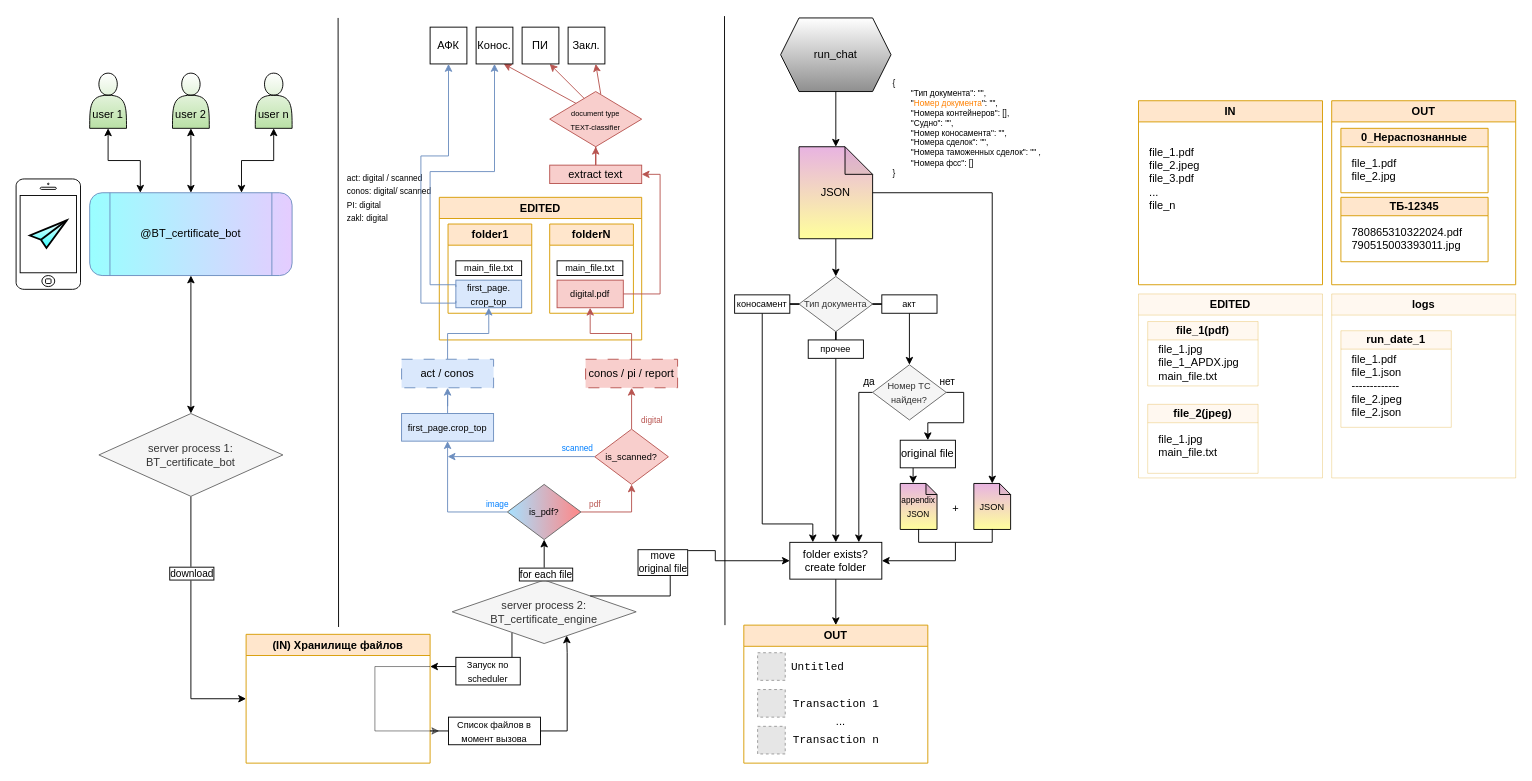
This is SCHEMAS/certificate_bot.drawio from maxfil333/shared, a draw.io file, before an edit. Source tidied: cells renumbered, new cells numbered last; positions are measured from the earlier drawing's top-left corner, leaving out a move shared by most shapes. Both pictures are drawn from the tidied source at 92%, with x=0, y=0 at pixel (16, 16). Pictures stored in the file or linked from it are replaced by grey dashed boxes.
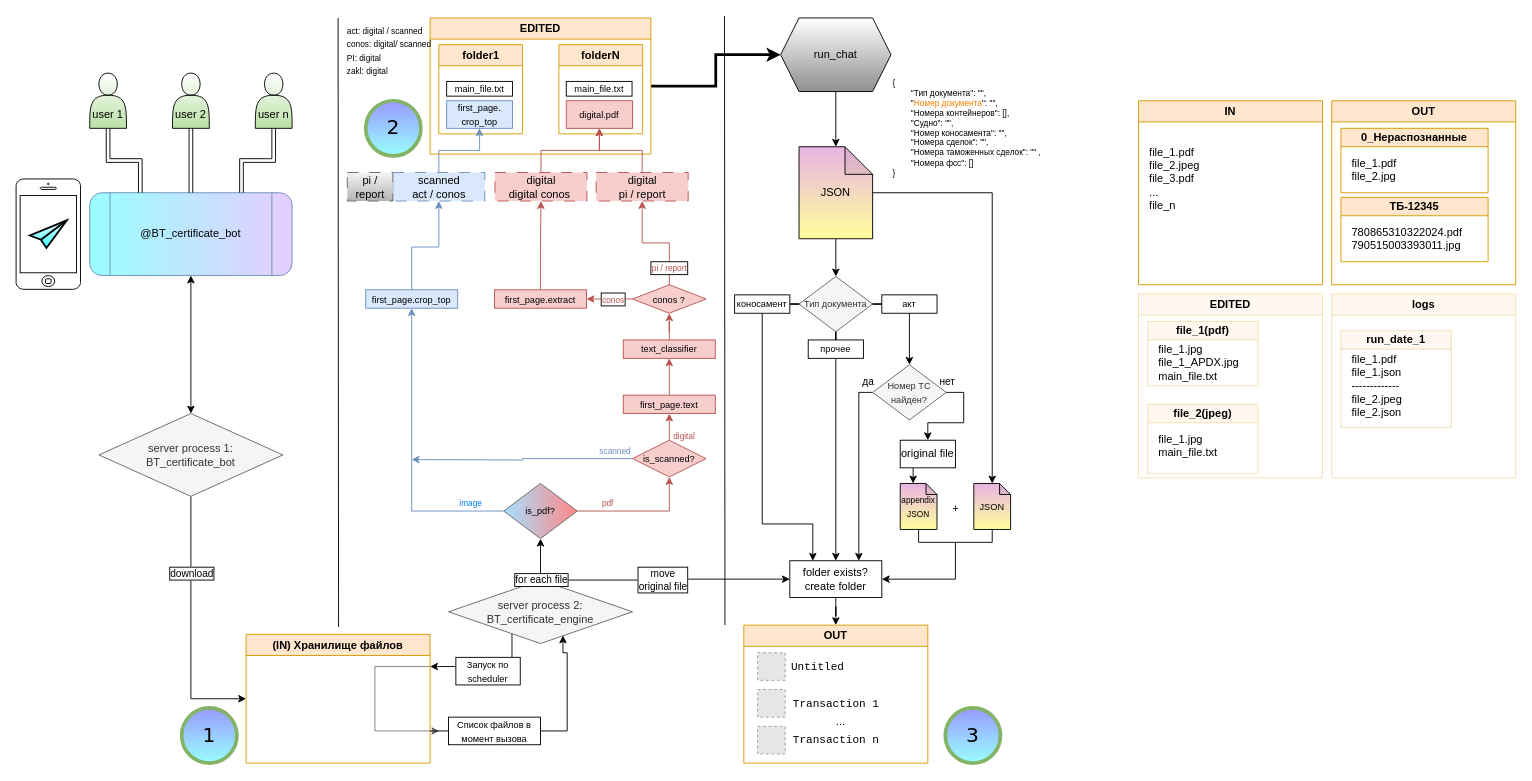
Above is the later version.

The change refers to these unchanged cells:
```xml
<mxCell id="9" value="&lt;div&gt;&lt;span style=&quot;background-color: initial;&quot;&gt;@BT_certificate_bot&lt;/span&gt;&lt;br&gt;&lt;/div&gt;" style="shape=process;whiteSpace=wrap;html=1;backgroundOutline=1;fillColor=#E5CCFF;strokeColor=#6c8ebf;gradientColor=#99FFFF;gradientDirection=west;rounded=1;" parent="1" vertex="1">
  <mxGeometry x="80" y="192" width="220" height="90" as="geometry" />
</mxCell>
<mxCell id="14" value="&lt;div&gt;&lt;br&gt;&lt;/div&gt;&lt;div&gt;&lt;br&gt;&lt;/div&gt;&lt;div&gt;user 2&lt;/div&gt;" style="shape=actor;whiteSpace=wrap;html=1;gradientColor=#B9E0A5;" parent="1" vertex="1">
  <mxGeometry x="170" y="62" width="40" height="60" as="geometry" />
</mxCell>
<mxCell id="16" value="&lt;div&gt;&lt;br&gt;&lt;/div&gt;&lt;div&gt;&lt;br&gt;&lt;/div&gt;&lt;div&gt;user n&lt;/div&gt;" style="shape=actor;whiteSpace=wrap;html=1;gradientColor=#B9E0A5;" parent="1" vertex="1">
  <mxGeometry x="260" y="62" width="40" height="60" as="geometry" />
</mxCell>
<mxCell id="18" value="&lt;div&gt;&lt;br&gt;&lt;/div&gt;&lt;div&gt;&lt;br&gt;&lt;/div&gt;&lt;div&gt;user 1&lt;/div&gt;" style="shape=actor;whiteSpace=wrap;html=1;gradientColor=#B9E0A5;" parent="1" vertex="1">
  <mxGeometry x="80" y="62" width="40" height="60" as="geometry" />
</mxCell>
<mxCell id="24" value="run_chat" style="shape=hexagon;perimeter=hexagonPerimeter2;whiteSpace=wrap;html=1;fixedSize=1;gradientColor=#8F8F8F;" parent="1" vertex="1">
  <mxGeometry x="831" y="2" width="120" height="80" as="geometry" />
</mxCell>
<mxCell id="68" value="&lt;div&gt;&lt;span style=&quot;font-size: 10px;&quot;&gt;first_page.&lt;/span&gt;&lt;/div&gt;&lt;div&gt;&lt;span style=&quot;font-size: 10px;&quot;&gt;crop_top&lt;/span&gt;&lt;br&gt;&lt;/div&gt;" style="rounded=0;whiteSpace=wrap;html=1;fillColor=#dae8fc;strokeColor=#6c8ebf;" parent="67" vertex="1">
  <mxGeometry x="8.5" y="61" width="71.5" height="30" as="geometry" />
</mxCell>
<mxCell id="71" value="&lt;font style=&quot;font-size: 10px;&quot;&gt;digital.pdf&lt;/font&gt;" style="rounded=0;whiteSpace=wrap;html=1;fillColor=#f8cecc;strokeColor=#b85450;" parent="70" vertex="1">
  <mxGeometry x="8" y="61" width="72" height="30" as="geometry" />
</mxCell>
<mxCell id="106" style="shape=partialRectangle;whiteSpace=wrap;html=1;bottom=1;right=1;left=1;top=0;fillColor=none;routingCenterX=-0.5;" parent="1" vertex="1">
  <mxGeometry x="981" y="558" width="80" height="14" as="geometry" />
</mxCell>
```

Diff of the diagram source:
```diff
@@
     <mxCell id="4" value="&lt;div&gt;server process 2:&lt;/div&gt;BT_certificate_engine" style="rhombus;whiteSpace=wrap;html=1;fillColor=#f5f5f5;fontColor=#333333;strokeColor=#666666;" parent="1" vertex="1">
-      <mxGeometry x="474" y="613" width="200" height="69" as="geometry" />
+      <mxGeometry x="470" y="613" width="200" height="69" as="geometry" />
     </mxCell>
@@
-    <mxCell id="13" style="edgeStyle=orthogonalEdgeStyle;rounded=0;jettySize=auto;html=1;entryX=0.5;entryY=0;entryDx=0;entryDy=0;startArrow=classic;startFill=1;flowAnimation=0;" parent="1" edge="1" source="14" target="9">
+    <mxCell id="13" style="edgeStyle=orthogonalEdgeStyle;rounded=0;jettySize=auto;html=1;entryX=0.5;entryY=0;entryDx=0;entryDy=0;startArrow=classic;startFill=1;flowAnimation=1;shape=link;" parent="1" edge="1" source="14" target="9">
       <mxGeometry relative="1" as="geometry" />
     </mxCell>
@@
-    <mxCell id="15" style="edgeStyle=orthogonalEdgeStyle;rounded=0;jettySize=auto;html=1;entryX=0.75;entryY=0;entryDx=0;entryDy=0;startArrow=classic;startFill=1;flowAnimation=0;" parent="1" edge="1" source="16" target="9">
+    <mxCell id="15" style="edgeStyle=orthogonalEdgeStyle;rounded=0;jettySize=auto;html=1;entryX=0.75;entryY=0;entryDx=0;entryDy=0;startArrow=classic;startFill=1;flowAnimation=1;shape=link;" parent="1" edge="1" source="16" target="9">
       <mxGeometry relative="1" as="geometry" />
     </mxCell>
@@
-    <mxCell id="17" style="edgeStyle=orthogonalEdgeStyle;rounded=0;jettySize=auto;html=1;entryX=0.25;entryY=0;entryDx=0;entryDy=0;startArrow=classic;startFill=1;flowAnimation=0;" parent="1" edge="1" source="18" target="9">
+    <mxCell id="17" style="edgeStyle=orthogonalEdgeStyle;rounded=0;jettySize=auto;html=1;entryX=0.25;entryY=0;entryDx=0;entryDy=0;startArrow=classic;startFill=1;flowAnimation=1;shape=link;" parent="1" edge="1" source="18" target="9">
       <mxGeometry relative="1" as="geometry" />
     </mxCell>
@@
-    <mxCell id="20" style="edgeStyle=orthogonalEdgeStyle;rounded=0;jettySize=auto;html=1;flowAnimation=1;entryX=0;entryY=0.5;entryDx=0;entryDy=0;exitX=1;exitY=0;exitDx=0;exitDy=0;" parent="1" edge="1" source="4" target="31">
+    <mxCell id="20" style="edgeStyle=orthogonalEdgeStyle;rounded=0;jettySize=auto;html=1;flowAnimation=1;entryX=0;entryY=0.5;entryDx=0;entryDy=0;exitX=0.5;exitY=0;exitDx=0;exitDy=0;" parent="1" edge="1" source="4" target="31">
       <mxGeometry relative="1" as="geometry">
         <Array as="points">
-          <mxPoint x="711" y="581" />
-          <mxPoint x="760" y="581" />
-          <mxPoint x="760" y="592" />
+          <mxPoint x="711" y="612" />
+          <mxPoint x="841" y="613" />
         </Array>
       </mxGeometry>
     </mxCell>
     <mxCell id="21" value="&lt;div&gt;move&lt;/div&gt;original file" style="edgeLabel;html=1;align=center;verticalAlign=middle;labelBorderColor=default;" parent="20" vertex="1">
       <mxGeometry x="-0.17" relative="1" as="geometry">
-        <mxPoint x="-9" y="-9" as="offset" />
+        <mxPoint x="19" y="-1" as="offset" />
       </mxGeometry>
     </mxCell>
     <mxCell id="22" style="edgeStyle=orthogonalEdgeStyle;rounded=0;jettySize=auto;html=1;entryX=0.5;entryY=1;entryDx=0;entryDy=0;fillColor=#dae8fc;strokeColor=#6c8ebf;flowAnimation=1;" parent="1" edge="1" source="23" target="83">
-      <mxGeometry relative="1" as="geometry" />
+      <mxGeometry relative="1" as="geometry">
+        <Array as="points">
+          <mxPoint x="430" y="251" />
+          <mxPoint x="460" y="251" />
+        </Array>
+      </mxGeometry>
     </mxCell>
     <mxCell id="23" value="&lt;font style=&quot;font-size: 10px;&quot;&gt;first_page.crop_top&lt;/font&gt;" style="rounded=0;whiteSpace=wrap;html=1;fillColor=#dae8fc;strokeColor=#6c8ebf;" parent="1" vertex="1">
-      <mxGeometry x="419" y="432" width="100" height="30" as="geometry" />
+      <mxGeometry x="380" y="297.5" width="100" height="20" as="geometry" />
     </mxCell>
@@
-    <mxCell id="30" style="edgeStyle=orthogonalEdgeStyle;rounded=0;jettySize=auto;html=1;exitX=0.5;exitY=1;exitDx=0;exitDy=0;flowAnimation=1;" parent="1" edge="1" source="106" target="31">
+    <mxCell id="30" style="edgeStyle=orthogonalEdgeStyle;rounded=0;jettySize=auto;html=1;exitX=0.5;exitY=1;exitDx=0;exitDy=0;flowAnimation=1;entryX=1;entryY=0.5;entryDx=0;entryDy=0;" parent="1" edge="1" source="106" target="31">
       <mxGeometry relative="1" as="geometry" />
     </mxCell>
     <mxCell id="31" value="folder exists?&lt;div&gt;create folder&lt;/div&gt;" style="rounded=0;whiteSpace=wrap;html=1;" parent="1" vertex="1">
-      <mxGeometry x="841" y="572" width="100" height="40" as="geometry" />
+      <mxGeometry x="841" y="592" width="100" height="40" as="geometry" />
     </mxCell>
@@
-    <mxCell id="56" style="edgeStyle=orthogonalEdgeStyle;rounded=0;orthogonalLoop=1;jettySize=auto;html=1;flowAnimation=1;fontColor=#3399FF;fillColor=#dae8fc;strokeColor=#6c8ebf;" parent="1" edge="1">
+    <mxCell id="56" style="edgeStyle=orthogonalEdgeStyle;rounded=0;jettySize=auto;html=1;flowAnimation=1;fontColor=#3399FF;fillColor=#dae8fc;strokeColor=#6c8ebf;exitX=0;exitY=0.5;exitDx=0;exitDy=0;" parent="1" edge="1" source="60">
       <mxGeometry relative="1" as="geometry">
-        <mxPoint x="629" y="478.8" as="sourcePoint" />
-        <mxPoint x="469" y="478.8" as="targetPoint" />
+        <mxPoint x="430" y="482" as="targetPoint" />
       </mxGeometry>
     </mxCell>
-    <mxCell id="57" value="&lt;font style=&quot;font-size: 9px;&quot;&gt;scanned&lt;/font&gt;" style="edgeLabel;html=1;align=center;verticalAlign=middle;fontColor=#007FFF;" parent="56" vertex="1">
+    <mxCell id="57" value="&lt;font style=&quot;font-size: 9px;&quot;&gt;scanned&lt;/font&gt;" style="edgeLabel;html=1;align=center;verticalAlign=middle;fontColor=#6C8EBF;" parent="56" vertex="1">
       <mxGeometry x="-0.29" relative="1" as="geometry">
-        <mxPoint x="37" y="-10" as="offset" />
+        <mxPoint x="66" y="-10" as="offset" />
       </mxGeometry>
     </mxCell>
-    <mxCell id="58" style="edgeStyle=orthogonalEdgeStyle;rounded=0;jettySize=auto;html=1;flowAnimation=1;exitX=0.5;exitY=0;exitDx=0;exitDy=0;fillColor=#f8cecc;strokeColor=#b85450;entryX=0.5;entryY=1;entryDx=0;entryDy=0;" parent="1" edge="1" source="60" target="81">
+    <mxCell id="58" style="edgeStyle=orthogonalEdgeStyle;rounded=0;jettySize=auto;html=1;flowAnimation=1;exitX=0.5;exitY=0;exitDx=0;exitDy=0;fillColor=#f8cecc;strokeColor=#b85450;entryX=0.5;entryY=1;entryDx=0;entryDy=0;" parent="1" edge="1" source="60" target="121">
       <mxGeometry relative="1" as="geometry" />
     </mxCell>
     <mxCell id="59" value="&lt;font style=&quot;font-size: 9px;&quot;&gt;digital&lt;/font&gt;" style="edgeLabel;html=1;align=center;verticalAlign=middle;fontColor=#B85450;" parent="58" vertex="1">
       <mxGeometry x="-0.6" y="-2" relative="1" as="geometry">
-        <mxPoint x="19" y="-2" as="offset" />
+        <mxPoint x="13" as="offset" />
       </mxGeometry>
     </mxCell>
     <mxCell id="60" value="&lt;font style=&quot;font-size: 10px;&quot;&gt;is_scanned?&lt;/font&gt;" style="rhombus;whiteSpace=wrap;html=1;fillColor=#f8cecc;strokeColor=#b85450;" parent="1" vertex="1">
-      <mxGeometry x="629" y="449" width="80" height="60" as="geometry" />
+      <mxGeometry x="670" y="461" width="80" height="40" as="geometry" />
     </mxCell>
@@
     <mxCell id="65" value="&lt;font style=&quot;font-size: 10px;&quot;&gt;is_pdf?&lt;/font&gt;" style="rhombus;whiteSpace=wrap;html=1;gradientColor=#FF8787;gradientDirection=east;fillColor=#A6E1FF;strokeWidth=1;strokeColor=#666666;" parent="1" vertex="1">
-      <mxGeometry x="534" y="509" width="80" height="60" as="geometry" />
+      <mxGeometry x="530" y="508" width="80" height="60" as="geometry" />
     </mxCell>
+    <mxCell id="119" style="edgeStyle=orthogonalEdgeStyle;rounded=0;jettySize=auto;html=1;entryX=0;entryY=0.5;entryDx=0;entryDy=0;flowAnimation=1;strokeWidth=3;" parent="1" edge="1" source="66" target="24">
+      <mxGeometry relative="1" as="geometry" />
+    </mxCell>
     <mxCell id="66" value="EDITED" style="swimlane;whiteSpace=wrap;html=1;fillColor=#ffe6cc;strokeColor=#d79b00;" parent="1" vertex="1">
-      <mxGeometry x="460" y="197" width="220" height="155" as="geometry" />
+      <mxGeometry x="450" y="2" width="240" height="148" as="geometry" />
     </mxCell>
@@
     <mxCell id="70" value="folderN" style="swimlane;whiteSpace=wrap;html=1;fillColor=#ffe6cc;strokeColor=#d79b00;" parent="66" vertex="1">
-      <mxGeometry x="120" y="29" width="91" height="97" as="geometry" />
+      <mxGeometry x="140" y="29" width="91" height="97" as="geometry" />
     </mxCell>
@@
-    <mxCell id="73" style="rounded=0;jettySize=auto;html=1;entryX=0.75;entryY=1;entryDx=0;entryDy=0;flowAnimation=1;fillColor=#f8cecc;strokeColor=#b85450;" parent="1" edge="1" target="87">
-      <mxGeometry relative="1" as="geometry">
-        <mxPoint x="635.5" y="84.7" as="sourcePoint" />
-      </mxGeometry>
-    </mxCell>
-    <mxCell id="74" style="rounded=0;jettySize=auto;html=1;entryX=0.75;entryY=1;entryDx=0;entryDy=0;flowAnimation=1;fillColor=#f8cecc;strokeColor=#b85450;" parent="1" edge="1" target="86">
-      <mxGeometry relative="1" as="geometry">
-        <mxPoint x="621.2" y="93.2" as="sourcePoint" />
-      </mxGeometry>
-    </mxCell>
-    <mxCell id="75" style="rounded=0;jettySize=auto;html=1;entryX=0.75;entryY=1;entryDx=0;entryDy=0;flowAnimation=1;fillColor=#f8cecc;strokeColor=#b85450;" parent="1" edge="1" target="85">
-      <mxGeometry relative="1" as="geometry">
-        <mxPoint x="613.8" y="97.7" as="sourcePoint" />
-      </mxGeometry>
-    </mxCell>
-    <mxCell id="76" value="&lt;span style=&quot;font-size: 8px;&quot;&gt;document type&lt;/span&gt;&lt;div&gt;&lt;span style=&quot;font-size: 8px;&quot;&gt;TEXT-classifier&lt;/span&gt;&lt;/div&gt;" style="rhombus;whiteSpace=wrap;html=1;fillColor=#f8cecc;strokeColor=#b85450;" parent="1" vertex="1">
-      <mxGeometry x="580" y="82" width="100" height="60" as="geometry" />
-    </mxCell>
     <mxCell id="77" value="&lt;font style=&quot;font-size: 9px;&quot;&gt;act: digital / scanned&lt;/font&gt;&lt;div&gt;&lt;font style=&quot;font-size: 9px;&quot;&gt;conos: digital/ scanned&lt;/font&gt;&lt;/div&gt;&lt;div style=&quot;&quot;&gt;&lt;font style=&quot;font-size: 9px;&quot;&gt;PI: digital&lt;/font&gt;&lt;/div&gt;&lt;div&gt;&lt;font style=&quot;font-size: 9px;&quot;&gt;zakl: digital&lt;/font&gt;&lt;/div&gt;" style="text;html=1;align=left;verticalAlign=middle;strokeColor=none;fillColor=none;" parent="1" vertex="1">
-      <mxGeometry x="358" y="162" width="120" height="70" as="geometry" />
+      <mxGeometry x="358" y="2" width="120" height="70" as="geometry" />
     </mxCell>
@@
-    <mxCell id="81" value="conos / pi / report" style="rounded=0;whiteSpace=wrap;html=1;fillColor=#f8cecc;strokeColor=#b85450;dashed=1;dashPattern=12 12;" parent="1" vertex="1">
-      <mxGeometry x="619" y="373" width="100" height="31" as="geometry" />
+    <mxCell id="81" value="&lt;div&gt;digital&lt;/div&gt;digital conos&amp;nbsp;" style="rounded=0;whiteSpace=wrap;html=1;fillColor=#f8cecc;strokeColor=#b85450;dashed=1;dashPattern=12 12;" parent="1" vertex="1">
+      <mxGeometry x="520.5" y="170" width="100" height="31" as="geometry" />
     </mxCell>
@@
-    <mxCell id="83" value="act / conos" style="rounded=0;whiteSpace=wrap;html=1;fillColor=#dae8fc;strokeColor=#6c8ebf;fillStyle=auto;glass=0;dashed=1;dashPattern=12 12;" parent="1" vertex="1">
-      <mxGeometry x="419" y="373" width="100" height="31" as="geometry" />
+    <mxCell id="83" value="&lt;div&gt;scanned&lt;/div&gt;act / conos" style="rounded=0;whiteSpace=wrap;html=1;fillColor=#dae8fc;strokeColor=#6c8ebf;fillStyle=auto;glass=0;dashed=1;dashPattern=12 12;" parent="1" vertex="1">
+      <mxGeometry x="409.5" y="170" width="100" height="31" as="geometry" />
     </mxCell>
-    <mxCell id="84" value="АФК" style="whiteSpace=wrap;html=1;" parent="1" vertex="1">
-      <mxGeometry x="450" y="12" width="40" height="40" as="geometry" />
-    </mxCell>
-    <mxCell id="85" value="Конос." style="whiteSpace=wrap;html=1;" parent="1" vertex="1">
-      <mxGeometry x="500" y="12" width="40" height="40" as="geometry" />
-    </mxCell>
-    <mxCell id="86" value="ПИ" style="whiteSpace=wrap;html=1;" parent="1" vertex="1">
-      <mxGeometry x="550" y="12" width="40" height="40" as="geometry" />
-    </mxCell>
-    <mxCell id="87" value="Закл." style="whiteSpace=wrap;html=1;" parent="1" vertex="1">
-      <mxGeometry x="600" y="12" width="40" height="40" as="geometry" />
-    </mxCell>
@@
     <mxCell id="111" value="for each file&lt;div&gt;&lt;/div&gt;" style="edgeLabel;html=1;align=center;verticalAlign=middle;labelBorderColor=default;" parent="1" vertex="1">
-      <mxGeometry x="575" y="606" as="geometry" />
+      <mxGeometry x="570" y="612" as="geometry" />
     </mxCell>
-    <mxCell id="112" style="edgeStyle=orthogonalEdgeStyle;rounded=0;jettySize=auto;html=1;entryX=0.5;entryY=1;entryDx=0;entryDy=0;fillColor=#f8cecc;strokeColor=#b85450;" parent="1" edge="1" source="113" target="76">
-      <mxGeometry relative="1" as="geometry" />
-    </mxCell>
-    <mxCell id="113" value="extract&amp;nbsp;&lt;span style=&quot;background-color: initial;&quot;&gt;text&lt;/span&gt;" style="rounded=0;whiteSpace=wrap;html=1;fillColor=#f8cecc;strokeColor=#b85450;" parent="1" vertex="1">
-      <mxGeometry x="580" y="162" width="100" height="20" as="geometry" />
-    </mxCell>
@@
-    <mxCell id="116" style="edgeStyle=orthogonalEdgeStyle;rounded=0;jettySize=auto;html=1;entryX=1;entryY=0.5;entryDx=0;entryDy=0;flowAnimation=1;fillColor=#f8cecc;strokeColor=#b85450;" parent="1" edge="1" source="71" target="113">
-      <mxGeometry relative="1" as="geometry">
-        <Array as="points">
-          <mxPoint x="700" y="302" />
-          <mxPoint x="700" y="172" />
-        </Array>
-      </mxGeometry>
-    </mxCell>
-    <mxCell id="117" style="edgeStyle=orthogonalEdgeStyle;rounded=0;jettySize=auto;html=1;entryX=0.5;entryY=1;entryDx=0;entryDy=0;fillColor=#dae8fc;strokeColor=#6c8ebf;flowAnimation=1;exitX=0;exitY=0.25;exitDx=0;exitDy=0;" parent="1" edge="1" source="68" target="85">
-      <mxGeometry relative="1" as="geometry">
-        <Array as="points">
-          <mxPoint x="478" y="292" />
-          <mxPoint x="450" y="292" />
-          <mxPoint x="450" y="169" />
-          <mxPoint x="520" y="169" />
-        </Array>
-      </mxGeometry>
-    </mxCell>
-    <mxCell id="118" style="edgeStyle=orthogonalEdgeStyle;rounded=0;jettySize=auto;html=1;entryX=0.5;entryY=1;entryDx=0;entryDy=0;fillColor=#dae8fc;strokeColor=#6c8ebf;flowAnimation=1;exitX=0;exitY=0.75;exitDx=0;exitDy=0;" parent="1" edge="1" source="68" target="84">
-      <mxGeometry relative="1" as="geometry">
-        <Array as="points">
-          <mxPoint x="478" y="312" />
-          <mxPoint x="440" y="312" />
-          <mxPoint x="440" y="152" />
-          <mxPoint x="470" y="152" />
-        </Array>
-      </mxGeometry>
-    </mxCell>
+    <mxCell id="120" style="edgeStyle=orthogonalEdgeStyle;rounded=0;jettySize=auto;html=1;entryX=0.5;entryY=1;entryDx=0;entryDy=0;fillColor=#f8cecc;strokeColor=#b85450;flowAnimation=1;" parent="1" edge="1" source="121" target="123">
+      <mxGeometry relative="1" as="geometry" />
+    </mxCell>
+    <mxCell id="121" value="&lt;font style=&quot;font-size: 10px;&quot;&gt;first_page.text&lt;/font&gt;" style="rounded=0;whiteSpace=wrap;html=1;fillColor=#f8cecc;strokeColor=#b85450;" parent="1" vertex="1">
+      <mxGeometry x="660" y="412" width="100" height="20" as="geometry" />
+    </mxCell>
+    <mxCell id="122" style="edgeStyle=orthogonalEdgeStyle;rounded=0;jettySize=auto;html=1;entryX=0.5;entryY=1;entryDx=0;entryDy=0;fillColor=#f8cecc;strokeColor=#b85450;flowAnimation=1;" parent="1" edge="1" source="123" target="126">
+      <mxGeometry relative="1" as="geometry" />
+    </mxCell>
+    <mxCell id="123" value="&lt;span style=&quot;font-size: 10px;&quot;&gt;text_classifier&lt;/span&gt;" style="rounded=0;whiteSpace=wrap;html=1;fillColor=#f8cecc;strokeColor=#b85450;" parent="1" vertex="1">
+      <mxGeometry x="660" y="352" width="100" height="20" as="geometry" />
+    </mxCell>
+    <mxCell id="124" style="edgeStyle=orthogonalEdgeStyle;rounded=0;jettySize=auto;html=1;entryX=1;entryY=0.5;entryDx=0;entryDy=0;fillColor=#f8cecc;strokeColor=#b85450;flowAnimation=1;strokeOpacity=100;" parent="1" edge="1" source="126" target="128">
+      <mxGeometry relative="1" as="geometry" />
+    </mxCell>
+    <mxCell id="125" style="edgeStyle=orthogonalEdgeStyle;rounded=0;jettySize=auto;html=1;entryX=0.5;entryY=1;entryDx=0;entryDy=0;fillColor=#f8cecc;strokeColor=#b85450;flowAnimation=1;" parent="1" edge="1" source="126" target="131">
+      <mxGeometry relative="1" as="geometry" />
+    </mxCell>
+    <mxCell id="126" value="&lt;font style=&quot;font-size: 10px;&quot;&gt;conos ?&lt;/font&gt;" style="rhombus;whiteSpace=wrap;html=1;fillColor=#f8cecc;strokeColor=#b85450;" parent="1" vertex="1">
+      <mxGeometry x="670" y="292" width="80" height="31" as="geometry" />
+    </mxCell>
+    <mxCell id="127" style="edgeStyle=orthogonalEdgeStyle;rounded=0;jettySize=auto;html=1;entryX=0.5;entryY=1;entryDx=0;entryDy=0;fillColor=#f8cecc;strokeColor=#b85450;flowAnimation=1;" parent="1" edge="1" source="128" target="81">
+      <mxGeometry relative="1" as="geometry" />
+    </mxCell>
+    <mxCell id="128" value="&lt;font style=&quot;font-size: 10px;&quot;&gt;first_page.extract&lt;/font&gt;" style="rounded=0;whiteSpace=wrap;html=1;fillColor=#f8cecc;strokeColor=#b85450;" parent="1" vertex="1">
+      <mxGeometry x="520" y="297.5" width="100" height="20" as="geometry" />
+    </mxCell>
+    <mxCell id="129" value="&lt;font style=&quot;font-size: 9px;&quot;&gt;pi / report&lt;/font&gt;" style="edgeLabel;html=1;align=center;verticalAlign=middle;fontColor=#B85450;labelBorderColor=default;" parent="1" vertex="1">
+      <mxGeometry x="810" y="418" as="geometry">
+        <mxPoint x="-101" y="-145" as="offset" />
+      </mxGeometry>
+    </mxCell>
+    <mxCell id="130" style="edgeStyle=orthogonalEdgeStyle;rounded=0;jettySize=auto;html=1;entryX=0.5;entryY=1;entryDx=0;entryDy=0;fillColor=#f8cecc;strokeColor=#b85450;flowAnimation=1;" parent="1" edge="1" source="131" target="71">
+      <mxGeometry relative="1" as="geometry" />
+    </mxCell>
+    <mxCell id="131" value="&lt;div&gt;digital&lt;/div&gt;pi / report" style="rounded=0;whiteSpace=wrap;html=1;fillColor=#f8cecc;strokeColor=#b85450;dashed=1;dashPattern=12 12;" parent="1" vertex="1">
+      <mxGeometry x="630.5" y="170" width="100" height="31" as="geometry" />
+    </mxCell>
+    <mxCell id="132" value="&lt;font style=&quot;font-size: 9px;&quot;&gt;conos&lt;/font&gt;" style="edgeLabel;html=1;align=center;verticalAlign=middle;fontColor=#B85450;labelBorderColor=default;" parent="1" vertex="1">
+      <mxGeometry x="749" y="452" as="geometry">
+        <mxPoint x="-101" y="-145" as="offset" />
+      </mxGeometry>
+    </mxCell>
+    <mxCell id="133" value="&lt;font face=&quot;Verdana&quot; style=&quot;font-size: 22px;&quot;&gt;2&lt;/font&gt;" style="ellipse;whiteSpace=wrap;html=1;fillColor=#9999FF;strokeColor=#82b366;fillStyle=auto;gradientColor=#99FFFF;strokeWidth=4;perimeterSpacing=1;shadow=0;labelBackgroundColor=none;labelBorderColor=none;textShadow=0;" parent="1" vertex="1">
+      <mxGeometry x="380" y="92" width="60" height="60" as="geometry" />
+    </mxCell>
+    <mxCell id="134" value="&lt;font face=&quot;Verdana&quot; style=&quot;font-size: 22px;&quot;&gt;1&lt;/font&gt;" style="ellipse;whiteSpace=wrap;html=1;fillColor=#9999FF;strokeColor=#82b366;fillStyle=auto;gradientColor=#99FFFF;strokeWidth=4;perimeterSpacing=1;shadow=0;labelBackgroundColor=none;labelBorderColor=none;textShadow=0;" parent="1" vertex="1">
+      <mxGeometry x="180" y="752" width="60" height="60" as="geometry" />
+    </mxCell>
+    <mxCell id="135" value="&lt;font face=&quot;Verdana&quot; style=&quot;font-size: 22px;&quot;&gt;3&lt;/font&gt;" style="ellipse;whiteSpace=wrap;html=1;fillColor=#9999FF;strokeColor=#82b366;fillStyle=auto;gradientColor=#99FFFF;strokeWidth=4;perimeterSpacing=1;shadow=0;labelBackgroundColor=none;labelBorderColor=none;textShadow=0;" parent="1" vertex="1">
+      <mxGeometry x="1010" y="752" width="60" height="60" as="geometry" />
+    </mxCell>
+    <mxCell id="136" value="pi / report&lt;div&gt;&lt;/div&gt;" style="rounded=0;whiteSpace=wrap;html=1;fillColor=#f5f5f5;strokeColor=#666666;fillStyle=auto;glass=0;dashed=1;dashPattern=12 12;gradientColor=#b3b3b3;" parent="1" vertex="1">
+      <mxGeometry x="360" y="170" width="49.5" height="31" as="geometry" />
+    </mxCell>
```
